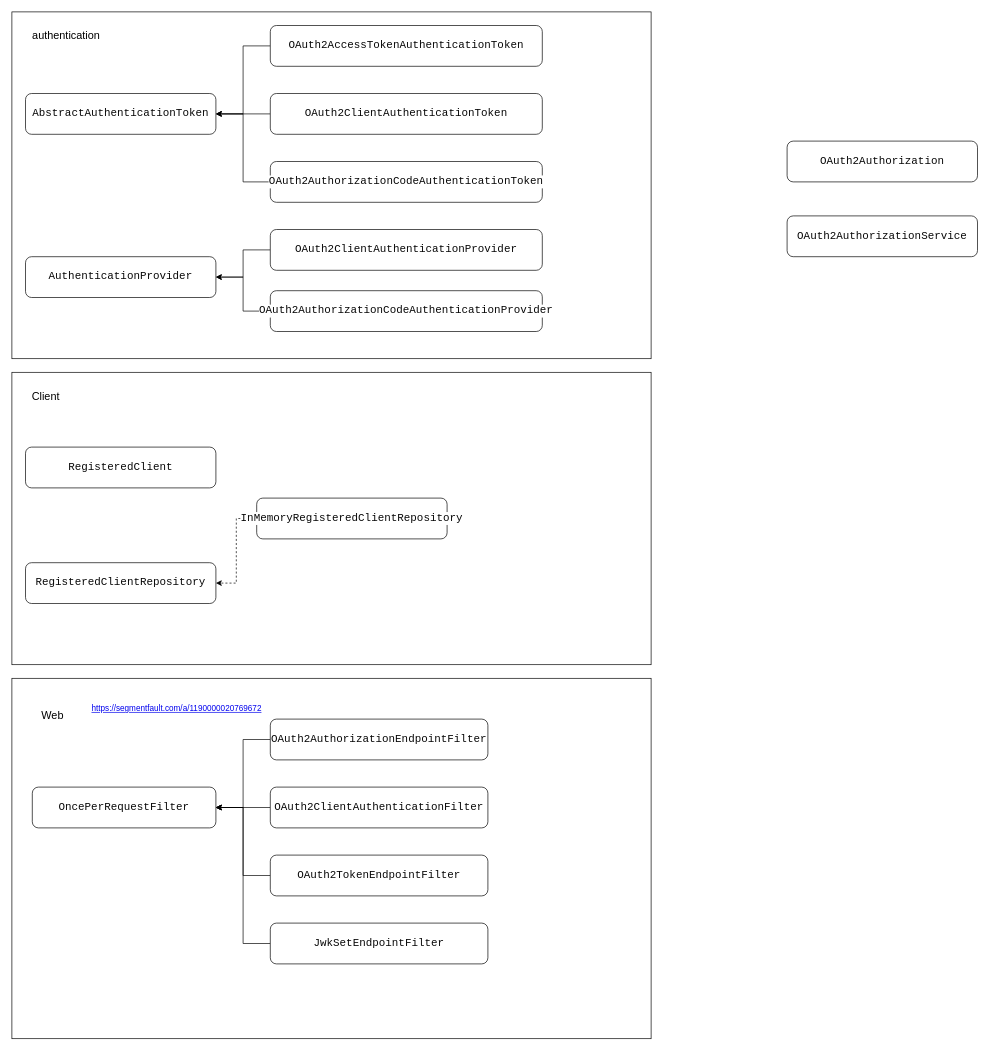
Above: page "authentication" (1 of 3) of src/未命名绘图.drawio in jcohy/drawio (draw.io), before the change. Source tidied: cells renumbered, new cells numbered last; positions are measured from the earlier drawing's top-left corner, leaving out a move shared by most shapes. Both pictures are drawn from the tidied source at 68%, with x=0, y=0 at pixel (12, 12).
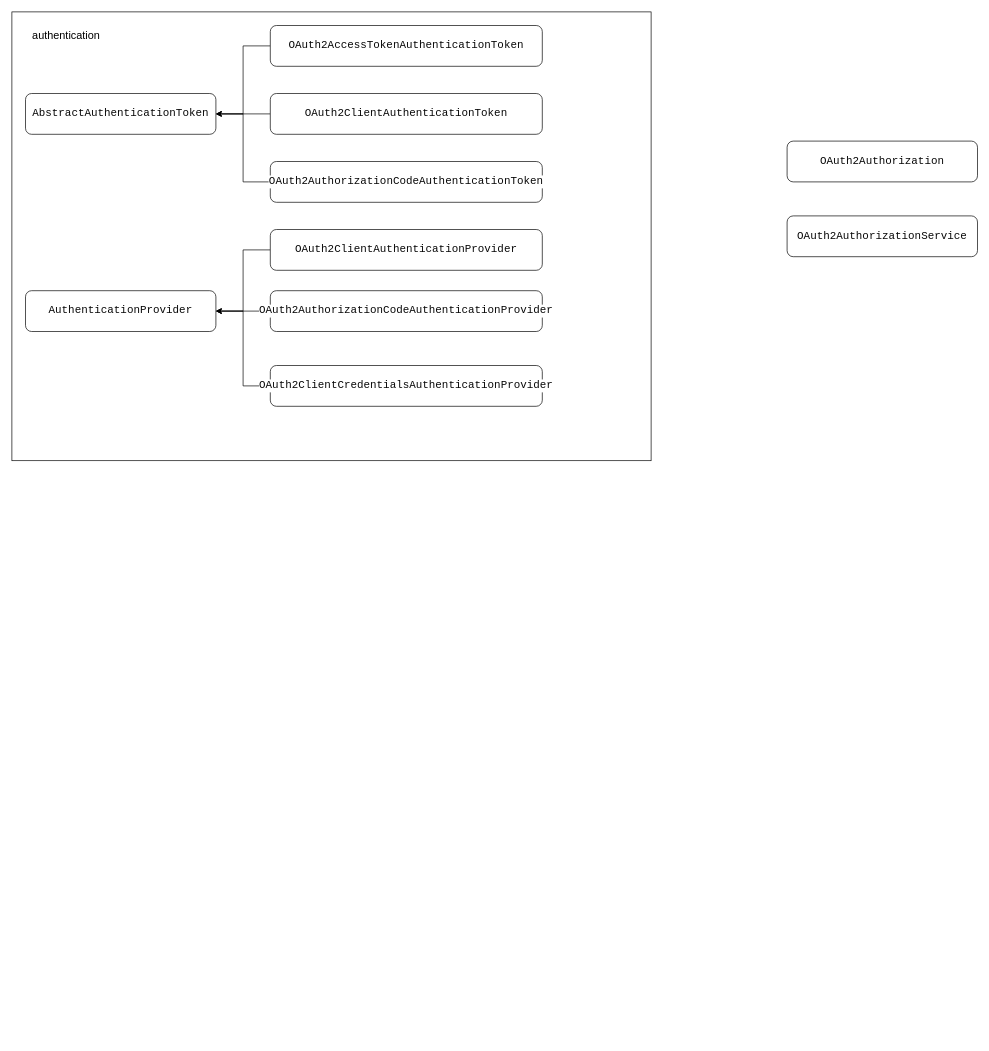
The same page after the edit.

Commit message:
更新未命名绘图.drawio

What changed in the source:
```diff
@@
     <mxCell id="2" style="rounded=0;whiteSpace=wrap;html=1;" parent="1" vertex="1">
-      <mxGeometry width="940" height="510" as="geometry" />
+      <mxGeometry width="940" height="660" as="geometry" />
     </mxCell>
@@
     <mxCell id="8" value="&lt;div style=&quot;background-color:#ffffff;color:#080808&quot;&gt;&lt;pre style=&quot;font-family:'JetBrains Mono',monospace;font-size:12.0pt;&quot;&gt;AuthenticationProvider&lt;/pre&gt;&lt;/div&gt;" style="rounded=1;whiteSpace=wrap;html=1;" parent="1" vertex="1">
-      <mxGeometry x="20" y="360" width="280" height="60" as="geometry" />
+      <mxGeometry x="20" y="410" width="280" height="60" as="geometry" />
     </mxCell>
@@
-    <mxCell id="16" style="rounded=0;whiteSpace=wrap;html=1;" parent="1" vertex="1">
-      <mxGeometry y="530" width="940" height="430" as="geometry" />
-    </mxCell>
-    <mxCell id="17" value="Client" style="text;html=1;strokeColor=none;fillColor=none;align=center;verticalAlign=middle;whiteSpace=wrap;rounded=0;fontSize=16;" parent="1" vertex="1">
-      <mxGeometry x="20" y="550" width="60" height="30" as="geometry" />
-    </mxCell>
-    <mxCell id="18" value="&lt;div style=&quot;background-color:#ffffff;color:#080808&quot;&gt;&lt;pre style=&quot;font-family:'JetBrains Mono',monospace;font-size:12.0pt;&quot;&gt;RegisteredClient&lt;/pre&gt;&lt;/div&gt;" style="rounded=1;whiteSpace=wrap;html=1;" parent="1" vertex="1">
-      <mxGeometry x="20" y="640" width="280" height="60" as="geometry" />
-    </mxCell>
-    <mxCell id="19" value="&lt;div style=&quot;background-color:#ffffff;color:#080808&quot;&gt;&lt;pre style=&quot;font-family:'JetBrains Mono',monospace;font-size:12.0pt;&quot;&gt;&lt;div&gt;&lt;pre style=&quot;font-family:'JetBrains Mono',monospace;font-size:12.0pt;&quot;&gt;RegisteredClientRepository&lt;/pre&gt;&lt;/div&gt;&lt;/pre&gt;&lt;/div&gt;" style="rounded=1;whiteSpace=wrap;html=1;" parent="1" vertex="1">
-      <mxGeometry x="20" y="810" width="280" height="60" as="geometry" />
-    </mxCell>
-    <mxCell id="20" style="rounded=0;whiteSpace=wrap;html=1;" parent="1" vertex="1">
-      <mxGeometry y="980" width="940" height="530" as="geometry" />
-    </mxCell>
-    <mxCell id="21" value="Web" style="text;html=1;strokeColor=none;fillColor=none;align=center;verticalAlign=middle;whiteSpace=wrap;rounded=0;fontSize=16;" parent="1" vertex="1">
-      <mxGeometry x="30" y="1020" width="60" height="30" as="geometry" />
-    </mxCell>
-    <mxCell id="22" value="&lt;div style=&quot;background-color:#ffffff;color:#080808&quot;&gt;&lt;pre style=&quot;font-family:'JetBrains Mono',monospace;font-size:12.0pt;&quot;&gt;&lt;div&gt;&lt;pre style=&quot;font-family:'JetBrains Mono',monospace;font-size:12.0pt;&quot;&gt;OncePerRequestFilter&lt;/pre&gt;&lt;/div&gt;&lt;/pre&gt;&lt;/div&gt;" style="rounded=1;whiteSpace=wrap;html=1;" parent="1" vertex="1">
-      <mxGeometry x="30" y="1140" width="270" height="60" as="geometry" />
-    </mxCell>
-    <mxCell id="23" style="edgeStyle=orthogonalEdgeStyle;rounded=0;jettySize=auto;html=1;exitX=0;exitY=0.5;exitDx=0;exitDy=0;entryX=1;entryY=0.5;entryDx=0;entryDy=0;" parent="1" edge="1" source="24" target="22">
-      <mxGeometry relative="1" as="geometry" />
-    </mxCell>
-    <mxCell id="24" value="&lt;div style=&quot;background-color:#ffffff;color:#080808&quot;&gt;&lt;pre style=&quot;font-family:'JetBrains Mono',monospace;font-size:12.0pt;&quot;&gt;&lt;pre style=&quot;font-family:'JetBrains Mono',monospace;font-size:12.0pt;&quot;&gt;&lt;pre style=&quot;font-family:'JetBrains Mono',monospace;font-size:12.0pt;&quot;&gt;&lt;div&gt;&lt;pre style=&quot;font-family:'JetBrains Mono',monospace;font-size:12.0pt;&quot;&gt;OAuth2AuthorizationEndpointFilter&lt;/pre&gt;&lt;/div&gt;&lt;/pre&gt;&lt;/pre&gt;&lt;/pre&gt;&lt;/div&gt;" style="rounded=1;whiteSpace=wrap;html=1;" parent="1" vertex="1">
-      <mxGeometry x="380" y="1040" width="320" height="60" as="geometry" />
-    </mxCell>
-    <mxCell id="25" style="edgeStyle=orthogonalEdgeStyle;rounded=0;jettySize=auto;html=1;exitX=0;exitY=0.5;exitDx=0;exitDy=0;entryX=1;entryY=0.5;entryDx=0;entryDy=0;" parent="1" edge="1" source="26" target="22">
-      <mxGeometry relative="1" as="geometry" />
-    </mxCell>
-    <mxCell id="26" value="&lt;div style=&quot;background-color:#ffffff;color:#080808&quot;&gt;&lt;pre style=&quot;font-family:'JetBrains Mono',monospace;font-size:12.0pt;&quot;&gt;&lt;pre style=&quot;font-family:'JetBrains Mono',monospace;font-size:12.0pt;&quot;&gt;&lt;pre style=&quot;font-family:'JetBrains Mono',monospace;font-size:12.0pt;&quot;&gt;&lt;div&gt;&lt;pre style=&quot;font-family:'JetBrains Mono',monospace;font-size:12.0pt;&quot;&gt;OAuth2ClientAuthenticationFilter&lt;/pre&gt;&lt;/div&gt;&lt;/pre&gt;&lt;/pre&gt;&lt;/pre&gt;&lt;/div&gt;" style="rounded=1;whiteSpace=wrap;html=1;" parent="1" vertex="1">
-      <mxGeometry x="380" y="1140" width="320" height="60" as="geometry" />
-    </mxCell>
-    <mxCell id="27" style="edgeStyle=orthogonalEdgeStyle;rounded=0;jettySize=auto;html=1;exitX=0;exitY=0.5;exitDx=0;exitDy=0;entryX=1;entryY=0.5;entryDx=0;entryDy=0;" parent="1" edge="1" source="28" target="22">
-      <mxGeometry relative="1" as="geometry" />
-    </mxCell>
-    <mxCell id="28" value="&lt;div style=&quot;background-color:#ffffff;color:#080808&quot;&gt;&lt;pre style=&quot;font-family:'JetBrains Mono',monospace;font-size:12.0pt;&quot;&gt;&lt;pre style=&quot;font-family:'JetBrains Mono',monospace;font-size:12.0pt;&quot;&gt;&lt;pre style=&quot;font-family:'JetBrains Mono',monospace;font-size:12.0pt;&quot;&gt;&lt;div&gt;&lt;pre style=&quot;font-family:'JetBrains Mono',monospace;font-size:12.0pt;&quot;&gt;OAuth2TokenEndpointFilter&lt;/pre&gt;&lt;/div&gt;&lt;/pre&gt;&lt;/pre&gt;&lt;/pre&gt;&lt;/div&gt;" style="rounded=1;whiteSpace=wrap;html=1;" parent="1" vertex="1">
-      <mxGeometry x="380" y="1240" width="320" height="60" as="geometry" />
-    </mxCell>
@@
-    <mxCell id="31" style="edgeStyle=orthogonalEdgeStyle;rounded=0;jettySize=auto;html=1;exitX=0;exitY=0.5;exitDx=0;exitDy=0;entryX=1;entryY=0.5;entryDx=0;entryDy=0;dashed=1;" parent="1" edge="1" source="32" target="19">
-      <mxGeometry relative="1" as="geometry" />
-    </mxCell>
-    <mxCell id="32" value="&lt;div style=&quot;background-color:#ffffff;color:#080808&quot;&gt;&lt;pre style=&quot;font-family:'JetBrains Mono',monospace;font-size:12.0pt;&quot;&gt;&lt;pre style=&quot;font-family:'JetBrains Mono',monospace;font-size:12.0pt;&quot;&gt;&lt;div&gt;&lt;pre style=&quot;font-family:'JetBrains Mono',monospace;font-size:12.0pt;&quot;&gt;InMemoryRegisteredClientRepository&lt;/pre&gt;&lt;/div&gt;&lt;/pre&gt;&lt;/pre&gt;&lt;/div&gt;" style="rounded=1;whiteSpace=wrap;html=1;" parent="1" vertex="1">
-      <mxGeometry x="360" y="715" width="280" height="60" as="geometry" />
-    </mxCell>
-    <mxCell id="33" style="edgeStyle=orthogonalEdgeStyle;rounded=0;jettySize=auto;html=1;exitX=0;exitY=0.5;exitDx=0;exitDy=0;entryX=1;entryY=0.5;entryDx=0;entryDy=0;" parent="1" edge="1" source="34" target="22">
-      <mxGeometry relative="1" as="geometry" />
-    </mxCell>
-    <mxCell id="34" value="&lt;div style=&quot;background-color:#ffffff;color:#080808&quot;&gt;&lt;pre style=&quot;font-family:'JetBrains Mono',monospace;font-size:12.0pt;&quot;&gt;&lt;pre style=&quot;font-family:'JetBrains Mono',monospace;font-size:12.0pt;&quot;&gt;&lt;pre style=&quot;font-family:'JetBrains Mono',monospace;font-size:12.0pt;&quot;&gt;&lt;pre style=&quot;font-family:'JetBrains Mono',monospace;font-size:12.0pt;&quot;&gt;&lt;div&gt;&lt;pre style=&quot;font-family:'JetBrains Mono',monospace;font-size:12.0pt;&quot;&gt;JwkSetEndpointFilter&lt;/pre&gt;&lt;/div&gt;&lt;/pre&gt;&lt;/pre&gt;&lt;/pre&gt;&lt;/pre&gt;&lt;/div&gt;" style="rounded=1;whiteSpace=wrap;html=1;" parent="1" vertex="1">
-      <mxGeometry x="380" y="1340" width="320" height="60" as="geometry" />
-    </mxCell>
-    <mxCell id="35" value="&lt;a href=&quot;https://segmentfault.com/a/1190000020769672&quot;&gt;https://segmentfault.com/a/1190000020769672&lt;/a&gt;" style="text;html=1;strokeColor=none;fillColor=none;align=center;verticalAlign=middle;whiteSpace=wrap;rounded=0;" parent="1" vertex="1">
-      <mxGeometry x="10" y="1010" width="465" height="30" as="geometry" />
-    </mxCell>
+    <mxCell id="36" style="edgeStyle=orthogonalEdgeStyle;rounded=0;jettySize=auto;html=1;exitX=0;exitY=0.5;exitDx=0;exitDy=0;entryX=1;entryY=0.5;entryDx=0;entryDy=0;" parent="1" edge="1" source="37" target="8">
+      <mxGeometry relative="1" as="geometry" />
+    </mxCell>
+    <mxCell id="37" value="&lt;div style=&quot;background-color:#ffffff;color:#080808&quot;&gt;&lt;pre style=&quot;font-family:'JetBrains Mono',monospace;font-size:12.0pt;&quot;&gt;&lt;pre style=&quot;font-family:'JetBrains Mono',monospace;font-size:12.0pt;&quot;&gt;&lt;pre style=&quot;font-family:'JetBrains Mono',monospace;font-size:12.0pt;&quot;&gt;&lt;div&gt;&lt;pre style=&quot;font-family:'JetBrains Mono',monospace;font-size:12.0pt;&quot;&gt;OAuth2ClientCredentialsAuthenticationProvider&lt;/pre&gt;&lt;/div&gt;&lt;/pre&gt;&lt;/pre&gt;&lt;/pre&gt;&lt;/div&gt;" style="rounded=1;whiteSpace=wrap;html=1;" parent="1" vertex="1">
+      <mxGeometry x="380" y="520" width="400" height="60" as="geometry" />
+    </mxCell>
```
